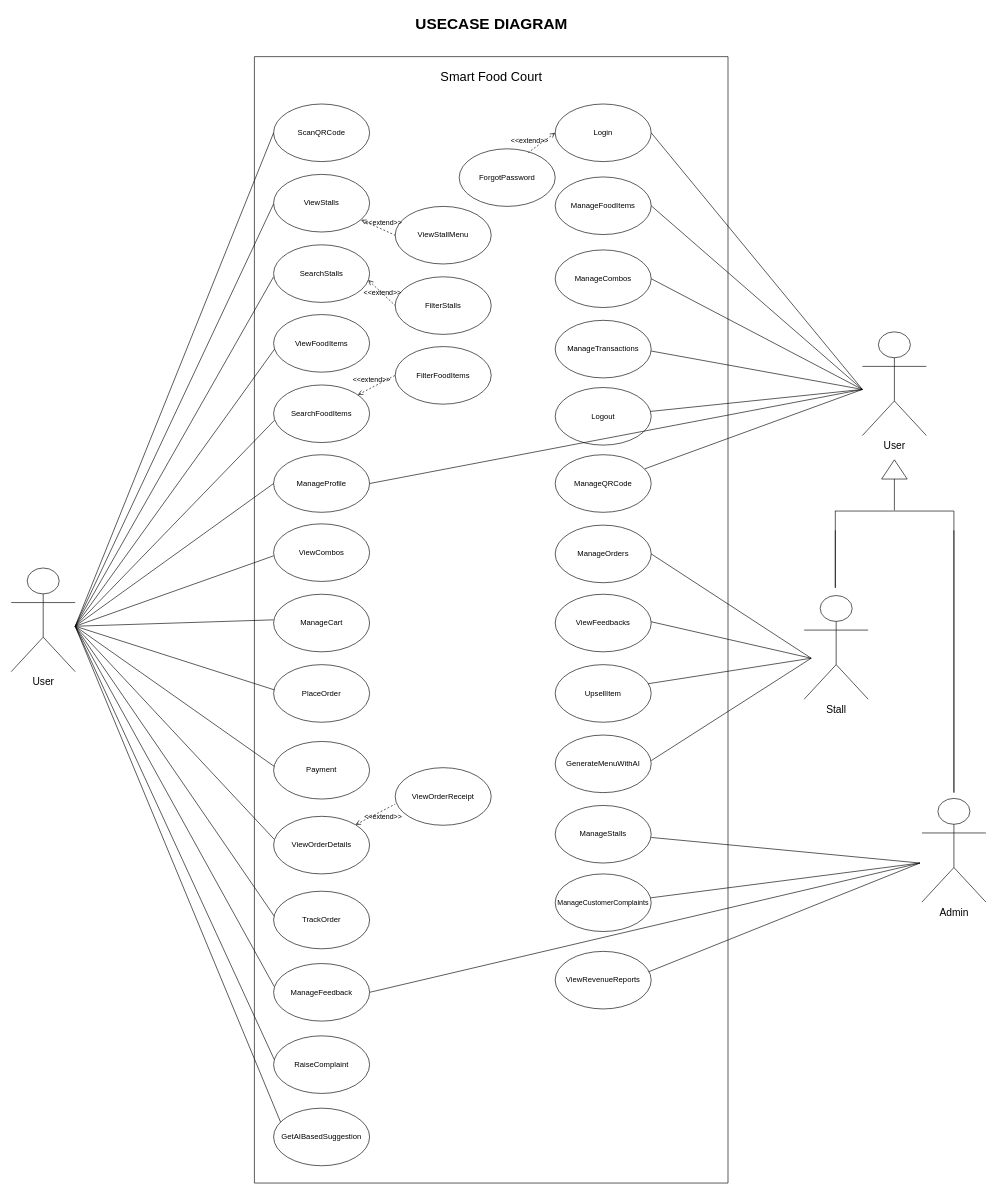
Earlier version of the draw.io diagram page "SuggestedDiagram" (4 of 4) of usecase/CombinedUseCase.drawio (arafatmansuri/SmartFoodCourt-System-Design). Source tidied: cells renumbered, new cells numbered last; positions are measured from the earlier drawing's top-left corner, leaving out a move shared by most shapes. Both pictures are drawn from the tidied source at 64%, with x=0, y=0 at pixel (11, 11).
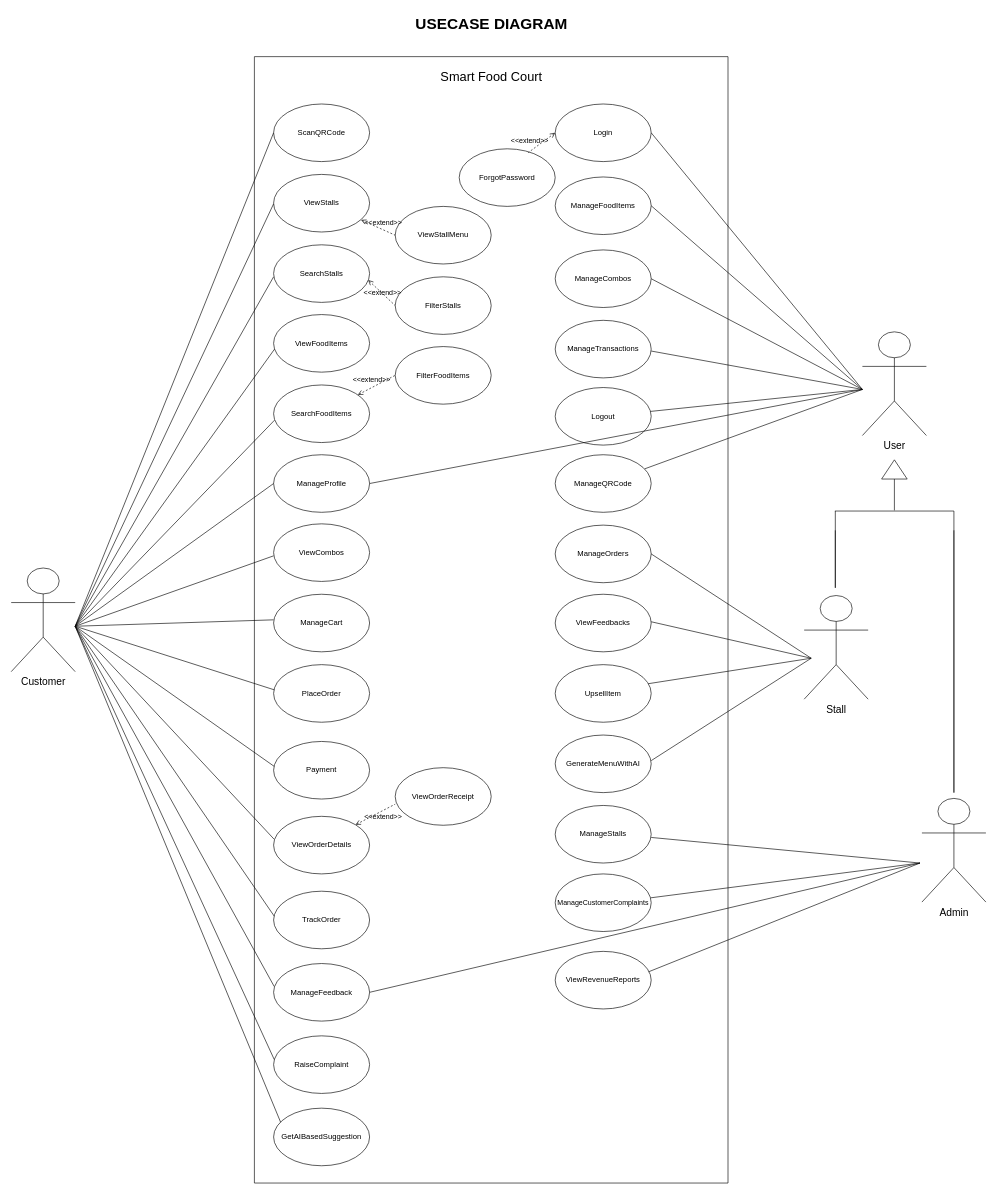
Above is the later version.

What changed in the source:
```diff
@@
-    <mxCell id="66" value="&lt;font style=&quot;font-size: 16px;&quot;&gt;User&lt;/font&gt;" style="shape=umlActor;verticalLabelPosition=bottom;verticalAlign=top;html=1;labelBackgroundColor=none;" parent="1" vertex="1">
+    <mxCell id="66" value="&lt;font style=&quot;font-size: 16px;&quot;&gt;Customer&lt;/font&gt;" style="shape=umlActor;verticalLabelPosition=bottom;verticalAlign=top;html=1;labelBackgroundColor=none;" parent="1" vertex="1">
       <mxGeometry y="870" width="100" height="162" as="geometry" />
     </mxCell>
```
